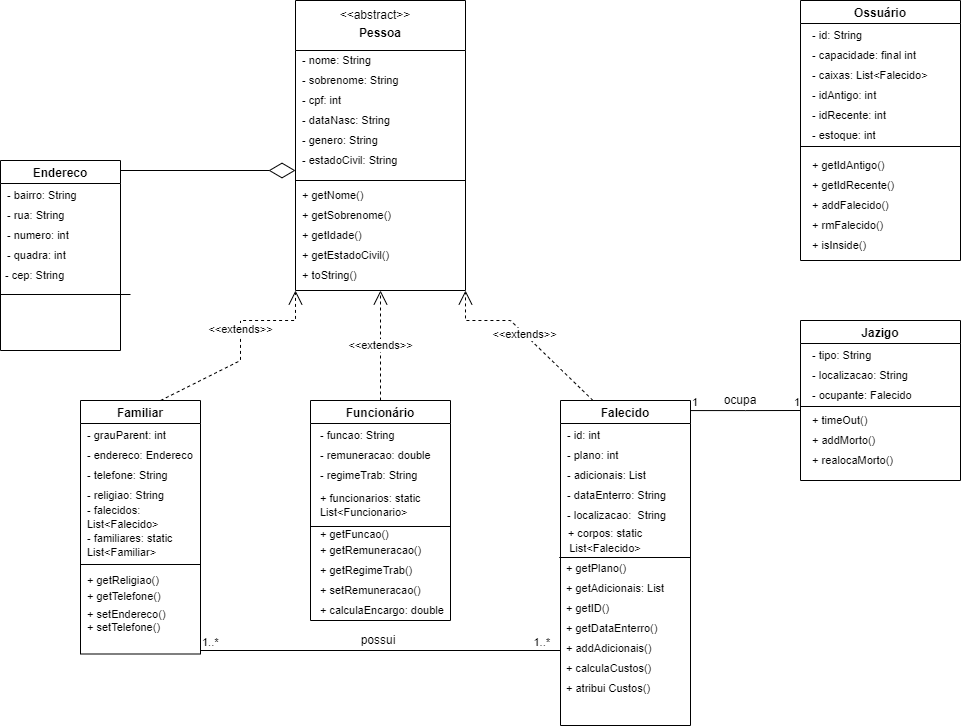
The draw.io diagram Diagrama_cemiterio.png in cemiterioPOO/Cemiterio, before a commit. Source tidied: cells renumbered, new cells last; positions are measured from the earlier drawing's top-left corner, leaving out a move shared by most shapes.
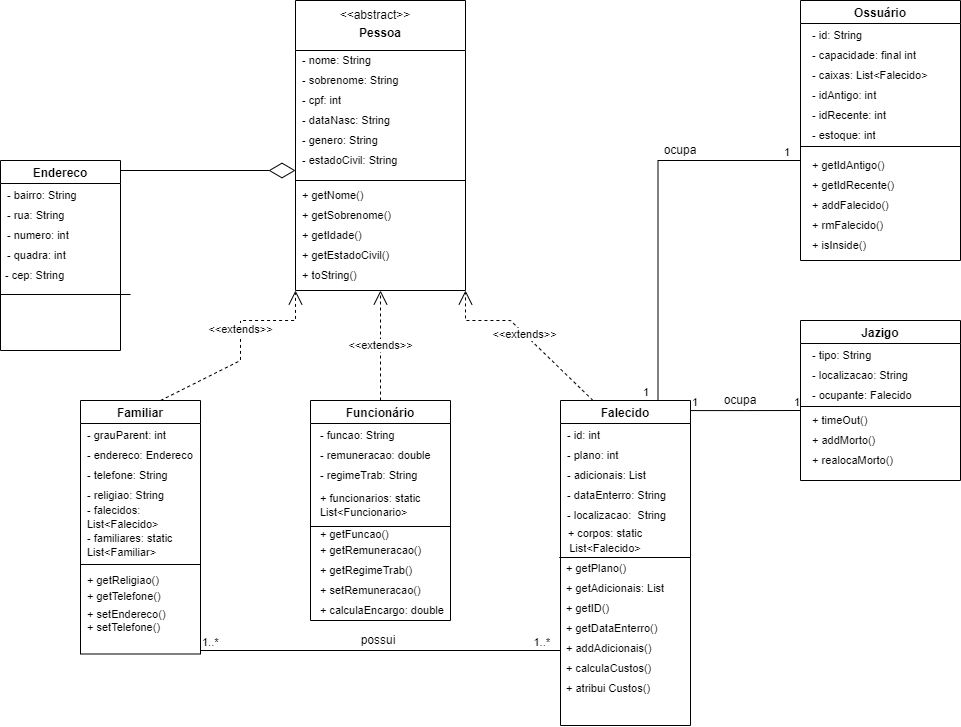
After the change.

The edit, as a diff of the source:
```diff
@@ -306,5 +306,26 @@
         <mxPoint x="295" y="170" as="targetPoint" />
       </mxGeometry>
     </mxCell>
+    <mxCell id="94" style="endArrow=none;html=1;edgeStyle=orthogonalEdgeStyle;rounded=0;exitX=0.75;exitY=0;exitDx=0;exitDy=0;" parent="1" edge="1" source="47">
+      <mxGeometry relative="1" as="geometry">
+        <mxPoint x="800" y="160" as="targetPoint" />
+        <Array as="points">
+          <mxPoint x="658" y="160" />
+        </Array>
+      </mxGeometry>
+    </mxCell>
+    <mxCell id="95" value="1" style="edgeLabel;html=1;align=left;verticalAlign=bottom;" parent="94" vertex="1">
+      <mxGeometry x="-1" relative="1" as="geometry">
+        <mxPoint x="-17" as="offset" />
+      </mxGeometry>
+    </mxCell>
+    <mxCell id="96" value="1" style="edgeLabel;html=1;align=right;verticalAlign=bottom;" parent="94" vertex="1">
+      <mxGeometry x="1" relative="1" as="geometry">
+        <mxPoint x="-10" as="offset" />
+      </mxGeometry>
+    </mxCell>
+    <mxCell id="97" value="ocupa" style="text;html=1;strokeColor=none;fillColor=none;align=center;verticalAlign=middle;whiteSpace=wrap;rounded=0;" parent="1" vertex="1">
+      <mxGeometry x="650" y="130" width="60" height="40" as="geometry" />
+    </mxCell>
   </root>
 </mxGraphModel>
```
